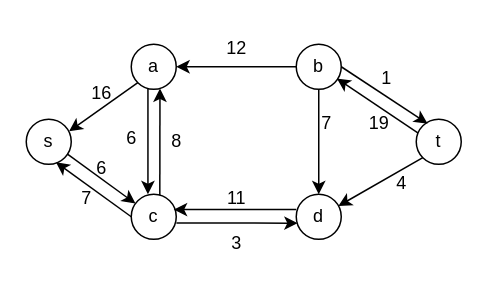
The draw.io diagram hw4_6_a.drawio in Eren-Jeager123/Algorithm, before the edit. Source tidied: cells renumbered, new cells numbered last; positions are measured from the earlier drawing's top-left corner, leaving out a move shared by most shapes. Both pictures are drawn from the tidied source at 150%, with x=0, y=0 at pixel (26, 26).
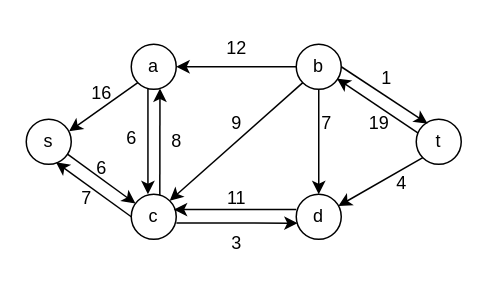
The same page after the edit.

Unchanged cells that the change refers to:
```xml
<mxCell id="7" value="b" style="ellipse;whiteSpace=wrap;html=1;" parent="1" vertex="1">
  <mxGeometry x="180" y="12" width="30" height="30" as="geometry" />
</mxCell>
<mxCell id="9" value="c" style="ellipse;whiteSpace=wrap;html=1;" parent="1" vertex="1">
  <mxGeometry x="70" y="112" width="30" height="30" as="geometry" />
</mxCell>
```

The edit, as a diff of the source:
```diff
@@
+    <mxCell id="32" style="rounded=0;jettySize=auto;html=1;exitX=0;exitY=1;exitDx=0;exitDy=0;entryX=1;entryY=0;entryDx=0;entryDy=0;" parent="1" edge="1" source="7" target="9">
+      <mxGeometry relative="1" as="geometry" />
+    </mxCell>
@@
+    <mxCell id="33" value="9" style="text;html=1;align=center;verticalAlign=middle;strokeColor=none;fillColor=none;" parent="1" vertex="1">
+      <mxGeometry x="125" y="50" width="30" height="30" as="geometry" />
+    </mxCell>
```
